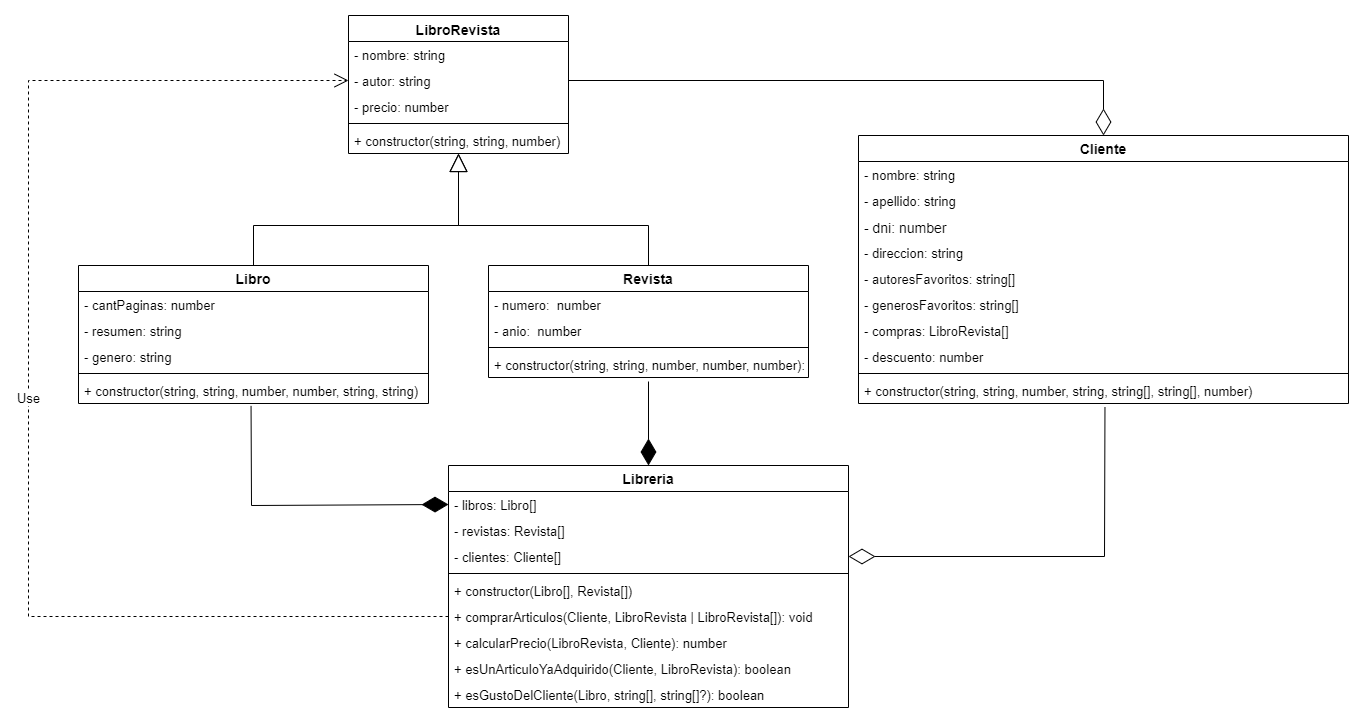
The draw.io diagram UML-Libreria.drawio.png in Javierquidulef01/Entregable-7, before a commit. Source tidied: cells renumbered, new cells last; positions are measured from the earlier drawing's top-left corner, leaving out a move shared by most shapes. The source it was exported from:
```xml
<mxGraphModel>
  <root>
    <mxCell id="0" />
    <mxCell id="1" parent="0" />
    <mxCell id="2" value="Cliente" style="swimlane;fontStyle=1;horizontal=1;startSize=26;fillColor=none;fontSize=14;verticalAlign=middle;" parent="1" vertex="1">
      <mxGeometry x="830" y="120" width="490" height="268" as="geometry" />
    </mxCell>
    <mxCell id="3" value="- nombre: string" style="text;strokeColor=none;fillColor=none;align=left;verticalAlign=top;spacingLeft=4;spacingRight=4;overflow=hidden;fontSize=13;" parent="2" vertex="1">
      <mxGeometry y="26" width="490" height="26" as="geometry" />
    </mxCell>
    <mxCell id="4" value="- apellido: string" style="text;strokeColor=none;fillColor=none;align=left;verticalAlign=top;spacingLeft=4;spacingRight=4;overflow=hidden;fontSize=13;" parent="2" vertex="1">
      <mxGeometry y="52" width="490" height="26" as="geometry" />
    </mxCell>
    <mxCell id="5" value="- dni: number" style="text;strokeColor=none;fillColor=none;align=left;verticalAlign=top;spacingLeft=4;spacingRight=4;overflow=hidden;fontSize=14;" parent="2" vertex="1">
      <mxGeometry y="78" width="490" height="26" as="geometry" />
    </mxCell>
    <mxCell id="6" value="- direccion: string" style="text;strokeColor=none;fillColor=none;align=left;verticalAlign=top;spacingLeft=4;spacingRight=4;overflow=hidden;fontSize=13;" parent="2" vertex="1">
      <mxGeometry y="104" width="490" height="26" as="geometry" />
    </mxCell>
    <mxCell id="7" value="- autoresFavoritos: string[]" style="text;strokeColor=none;fillColor=none;align=left;verticalAlign=top;spacingLeft=4;spacingRight=4;overflow=hidden;fontSize=13;" parent="2" vertex="1">
      <mxGeometry y="130" width="490" height="26" as="geometry" />
    </mxCell>
    <mxCell id="8" value="- generosFavoritos: string[]" style="text;strokeColor=none;fillColor=none;align=left;verticalAlign=top;spacingLeft=4;spacingRight=4;overflow=hidden;fontSize=13;" parent="2" vertex="1">
      <mxGeometry y="156" width="490" height="26" as="geometry" />
    </mxCell>
    <mxCell id="9" value="- compras: LibroRevista[]" style="text;strokeColor=none;fillColor=none;align=left;verticalAlign=top;spacingLeft=4;spacingRight=4;overflow=hidden;fontSize=13;" parent="2" vertex="1">
      <mxGeometry y="182" width="490" height="26" as="geometry" />
    </mxCell>
    <mxCell id="10" value="- descuento: number" style="text;strokeColor=none;fillColor=none;align=left;verticalAlign=top;spacingLeft=4;spacingRight=4;overflow=hidden;fontSize=13;" parent="2" vertex="1">
      <mxGeometry y="208" width="490" height="26" as="geometry" />
    </mxCell>
    <mxCell id="11" style="line;strokeWidth=1;fillColor=none;align=left;verticalAlign=middle;spacingTop=-1;spacingLeft=3;spacingRight=3;labelPosition=right;strokeColor=inherit;" parent="2" vertex="1">
      <mxGeometry y="234" width="490" height="8" as="geometry" />
    </mxCell>
    <mxCell id="12" value="+ constructor(string, string, number, string, string[], string[], number)" style="text;strokeColor=none;fillColor=none;align=left;verticalAlign=top;spacingLeft=4;spacingRight=4;overflow=hidden;points=[[0,0.5],[1,0.5]];portConstraint=eastwest;fontSize=13;" parent="2" vertex="1">
      <mxGeometry y="242" width="490" height="26" as="geometry" />
    </mxCell>
    <mxCell id="13" value="LibroRevista" style="swimlane;fontStyle=1;align=center;verticalAlign=top;horizontal=1;startSize=26;fontSize=14;" parent="1" vertex="1">
      <mxGeometry x="320" width="220" height="138" as="geometry" />
    </mxCell>
    <mxCell id="14" value="- nombre: string" style="text;strokeColor=none;fillColor=none;align=left;verticalAlign=top;spacingLeft=4;spacingRight=4;overflow=hidden;fontSize=13;" parent="13" vertex="1">
      <mxGeometry y="26" width="220" height="26" as="geometry" />
    </mxCell>
    <mxCell id="15" value="- autor: string" style="text;strokeColor=none;fillColor=none;align=left;verticalAlign=top;spacingLeft=4;spacingRight=4;overflow=hidden;points=[[0,0.5],[1,0.5]];portConstraint=eastwest;fontSize=13;" parent="13" vertex="1">
      <mxGeometry y="52" width="220" height="26" as="geometry" />
    </mxCell>
    <mxCell id="16" value="- precio: number" style="text;strokeColor=none;fillColor=none;align=left;verticalAlign=top;spacingLeft=4;spacingRight=4;overflow=hidden;fontSize=13;" parent="13" vertex="1">
      <mxGeometry y="78" width="220" height="26" as="geometry" />
    </mxCell>
    <mxCell id="17" style="line;strokeWidth=1;fillColor=none;align=left;verticalAlign=middle;spacingTop=-1;spacingLeft=3;spacingRight=3;labelPosition=right;strokeColor=inherit;" parent="13" vertex="1">
      <mxGeometry y="104" width="220" height="8" as="geometry" />
    </mxCell>
    <mxCell id="18" value="+ constructor(string, string, number)" style="text;strokeColor=none;fillColor=none;align=left;verticalAlign=top;spacingLeft=4;spacingRight=4;overflow=hidden;points=[[0,0.5],[1,0.5]];portConstraint=eastwest;fontSize=13;" parent="13" vertex="1">
      <mxGeometry y="112" width="220" height="26" as="geometry" />
    </mxCell>
    <mxCell id="19" value="Revista" style="swimlane;fontStyle=1;align=center;verticalAlign=middle;horizontal=1;startSize=26;fontFamily=Helvetica;fontSize=14;fontColor=default;fillColor=none;gradientColor=none;" parent="1" vertex="1">
      <mxGeometry x="460" y="250" width="320" height="112" as="geometry" />
    </mxCell>
    <mxCell id="20" value="- numero:  number" style="text;strokeColor=none;fillColor=none;align=left;verticalAlign=top;spacingLeft=4;spacingRight=4;overflow=hidden;fontFamily=Helvetica;fontSize=13;fontColor=default;" parent="19" vertex="1">
      <mxGeometry y="26" width="320" height="26" as="geometry" />
    </mxCell>
    <mxCell id="21" value="- anio:  number" style="text;strokeColor=none;fillColor=none;align=left;verticalAlign=top;spacingLeft=4;spacingRight=4;overflow=hidden;fontFamily=Helvetica;fontSize=13;fontColor=default;" parent="19" vertex="1">
      <mxGeometry y="52" width="320" height="26" as="geometry" />
    </mxCell>
    <mxCell id="22" style="line;strokeWidth=1;fillColor=none;align=left;verticalAlign=middle;spacingTop=-1;spacingLeft=3;spacingRight=3;labelPosition=right;strokeColor=inherit;fontFamily=Helvetica;fontSize=12;fontColor=default;" parent="19" vertex="1">
      <mxGeometry y="78" width="320" height="8" as="geometry" />
    </mxCell>
    <mxCell id="23" value="+ constructor(string, string, number, number, number):" style="text;strokeColor=none;fillColor=none;align=left;verticalAlign=top;spacingLeft=4;spacingRight=4;overflow=hidden;points=[[0,0.5],[1,0.5]];portConstraint=eastwest;fontFamily=Helvetica;fontSize=13;fontColor=default;" parent="19" vertex="1">
      <mxGeometry y="86" width="320" height="26" as="geometry" />
    </mxCell>
    <mxCell id="24" value="Libro" style="swimlane;fontStyle=1;align=center;verticalAlign=middle;horizontal=1;startSize=26;fontSize=14;" parent="1" vertex="1">
      <mxGeometry x="50" y="250" width="350" height="138" as="geometry" />
    </mxCell>
    <mxCell id="25" value="- cantPaginas: number" style="text;strokeColor=none;fillColor=none;align=left;verticalAlign=top;spacingLeft=4;spacingRight=4;overflow=hidden;fontSize=13;" parent="24" vertex="1">
      <mxGeometry y="26" width="350" height="26" as="geometry" />
    </mxCell>
    <mxCell id="26" value="- resumen: string" style="text;strokeColor=none;fillColor=none;align=left;verticalAlign=top;spacingLeft=4;spacingRight=4;overflow=hidden;fontSize=13;" parent="24" vertex="1">
      <mxGeometry y="52" width="350" height="26" as="geometry" />
    </mxCell>
    <mxCell id="27" value="- genero: string" style="text;strokeColor=none;fillColor=none;align=left;verticalAlign=top;spacingLeft=4;spacingRight=4;overflow=hidden;fontSize=13;" parent="24" vertex="1">
      <mxGeometry y="78" width="350" height="26" as="geometry" />
    </mxCell>
    <mxCell id="28" style="line;strokeWidth=1;fillColor=none;align=left;verticalAlign=middle;spacingTop=-1;spacingLeft=3;spacingRight=3;labelPosition=right;strokeColor=inherit;" parent="24" vertex="1">
      <mxGeometry y="104" width="350" height="8" as="geometry" />
    </mxCell>
    <mxCell id="29" value="+ constructor(string, string, number, number, string, string)" style="text;strokeColor=none;fillColor=none;align=left;verticalAlign=top;spacingLeft=4;spacingRight=4;overflow=hidden;points=[[0,0.5],[1,0.5]];portConstraint=eastwest;fontSize=13;" parent="24" vertex="1">
      <mxGeometry y="112" width="350" height="26" as="geometry" />
    </mxCell>
    <mxCell id="30" style="endArrow=block;endSize=16;endFill=0;html=1;rounded=0;fontFamily=Helvetica;fontSize=12;fontColor=default;exitX=0.5;exitY=0;exitDx=0;exitDy=0;" parent="1" edge="1" source="24" target="18">
      <mxGeometry x="1" y="-298" relative="1" as="geometry">
        <Array as="points">
          <mxPoint x="225" y="210" />
          <mxPoint x="430" y="210" />
        </Array>
        <mxPoint x="-8" y="-67" as="offset" />
      </mxGeometry>
    </mxCell>
    <mxCell id="31" style="endArrow=block;endSize=16;endFill=0;html=1;rounded=0;fontFamily=Helvetica;fontSize=12;fontColor=default;exitX=0.5;exitY=0;exitDx=0;exitDy=0;entryX=0.5;entryY=1;entryDx=0;entryDy=0;" parent="1" edge="1" source="19" target="13">
      <mxGeometry x="-0.78" y="-149" relative="1" as="geometry">
        <Array as="points">
          <mxPoint x="620" y="210" />
          <mxPoint x="430" y="210" />
        </Array>
        <mxPoint x="50" y="9" as="offset" />
      </mxGeometry>
    </mxCell>
    <mxCell id="32" value="Libreria" style="swimlane;fontStyle=1;align=center;verticalAlign=middle;horizontal=1;startSize=26;fontFamily=Helvetica;fontSize=14;fontColor=default;fillColor=none;gradientColor=none;" parent="1" vertex="1">
      <mxGeometry x="420" y="450" width="400" height="242" as="geometry" />
    </mxCell>
    <mxCell id="33" value="- libros: Libro[]" style="text;strokeColor=none;fillColor=none;align=left;verticalAlign=top;spacingLeft=4;spacingRight=4;overflow=hidden;points=[[0,0.5],[1,0.5]];portConstraint=eastwest;fontFamily=Helvetica;fontSize=13;fontColor=default;" parent="32" vertex="1">
      <mxGeometry y="26" width="400" height="26" as="geometry" />
    </mxCell>
    <mxCell id="34" value="- revistas: Revista[]" style="text;strokeColor=none;fillColor=none;align=left;verticalAlign=top;spacingLeft=4;spacingRight=4;overflow=hidden;fontFamily=Helvetica;fontSize=13;fontColor=default;" parent="32" vertex="1">
      <mxGeometry y="52" width="400" height="26" as="geometry" />
    </mxCell>
    <mxCell id="35" value="- clientes: Cliente[]" style="text;strokeColor=none;fillColor=none;align=left;verticalAlign=top;spacingLeft=4;spacingRight=4;overflow=hidden;points=[[0,0.5],[1,0.5]];portConstraint=eastwest;fontFamily=Helvetica;fontSize=13;fontColor=default;" parent="32" vertex="1">
      <mxGeometry y="78" width="400" height="26" as="geometry" />
    </mxCell>
    <mxCell id="36" style="line;strokeWidth=1;fillColor=none;align=left;verticalAlign=middle;spacingTop=-1;spacingLeft=3;spacingRight=3;labelPosition=right;strokeColor=inherit;fontFamily=Helvetica;fontSize=12;fontColor=default;" parent="32" vertex="1">
      <mxGeometry y="104" width="400" height="8" as="geometry" />
    </mxCell>
    <mxCell id="37" value="+ constructor(Libro[], Revista[])" style="text;strokeColor=none;fillColor=none;align=left;verticalAlign=top;spacingLeft=4;spacingRight=4;overflow=hidden;fontFamily=Helvetica;fontSize=13;fontColor=default;" parent="32" vertex="1">
      <mxGeometry y="112" width="400" height="26" as="geometry" />
    </mxCell>
    <mxCell id="38" value="+ comprarArticulos(Cliente, LibroRevista | LibroRevista[]): void" style="text;strokeColor=none;fillColor=none;align=left;verticalAlign=top;spacingLeft=4;spacingRight=4;overflow=hidden;points=[[0,0.5],[1,0.5]];portConstraint=eastwest;fontFamily=Helvetica;fontSize=13;fontColor=default;" parent="32" vertex="1">
      <mxGeometry y="138" width="400" height="26" as="geometry" />
    </mxCell>
    <mxCell id="39" value="+ calcularPrecio(LibroRevista, Cliente): number" style="text;strokeColor=none;fillColor=none;align=left;verticalAlign=top;spacingLeft=4;spacingRight=4;overflow=hidden;fontFamily=Helvetica;fontSize=13;fontColor=default;fontStyle=0;" parent="32" vertex="1">
      <mxGeometry y="164" width="400" height="26" as="geometry" />
    </mxCell>
    <mxCell id="40" value="+ esUnArticuloYaAdquirido(Cliente, LibroRevista): boolean" style="text;strokeColor=none;fillColor=none;align=left;verticalAlign=top;spacingLeft=4;spacingRight=4;overflow=hidden;fontFamily=Helvetica;fontSize=13;fontColor=default;" parent="32" vertex="1">
      <mxGeometry y="190" width="400" height="26" as="geometry" />
    </mxCell>
    <mxCell id="41" value="+ esGustoDelCliente(Libro, string[], string[]?): boolean" style="text;strokeColor=none;fillColor=none;align=left;verticalAlign=top;spacingLeft=4;spacingRight=4;overflow=hidden;fontFamily=Helvetica;fontSize=13;fontColor=default;" parent="32" vertex="1">
      <mxGeometry y="216" width="400" height="26" as="geometry" />
    </mxCell>
    <mxCell id="42" style="endArrow=diamondThin;endFill=0;endSize=24;html=1;rounded=0;shadow=0;fontFamily=Helvetica;fontSize=12;fontColor=default;exitX=1;exitY=0.5;exitDx=0;exitDy=0;entryX=0.5;entryY=0;entryDx=0;entryDy=0;" parent="1" edge="1" source="15" target="2">
      <mxGeometry relative="1" as="geometry">
        <Array as="points">
          <mxPoint x="1075" y="65" />
        </Array>
      </mxGeometry>
    </mxCell>
    <mxCell id="43" style="endArrow=diamondThin;endFill=0;endSize=24;html=1;rounded=0;shadow=0;fontFamily=Helvetica;fontSize=12;fontColor=default;entryX=1;entryY=0.5;entryDx=0;entryDy=0;exitX=0.503;exitY=1.141;exitDx=0;exitDy=0;exitPerimeter=0;" parent="1" edge="1" source="12" target="35">
      <mxGeometry relative="1" as="geometry">
        <Array as="points">
          <mxPoint x="1076" y="541" />
        </Array>
      </mxGeometry>
    </mxCell>
    <mxCell id="44" style="edgeStyle=none;rounded=0;orthogonalLoop=1;jettySize=auto;html=1;exitX=0.75;exitY=0;exitDx=0;exitDy=0;shadow=0;fontFamily=Helvetica;fontSize=12;fontColor=default;" parent="1" edge="1" source="32" target="32">
      <mxGeometry relative="1" as="geometry" />
    </mxCell>
    <mxCell id="45" style="endArrow=diamondThin;endFill=1;endSize=24;html=1;rounded=0;shadow=0;fontFamily=Helvetica;fontSize=12;fontColor=default;entryX=0;entryY=0.5;entryDx=0;entryDy=0;exitX=0.493;exitY=1.093;exitDx=0;exitDy=0;exitPerimeter=0;" parent="1" edge="1" source="29" target="33">
      <mxGeometry relative="1" as="geometry">
        <Array as="points">
          <mxPoint x="223" y="490" />
        </Array>
      </mxGeometry>
    </mxCell>
    <mxCell id="46" style="endArrow=diamondThin;endFill=1;endSize=24;html=1;rounded=0;shadow=0;fontFamily=Helvetica;fontSize=12;fontColor=default;exitX=0.5;exitY=1.154;exitDx=0;exitDy=0;exitPerimeter=0;entryX=0.5;entryY=0;entryDx=0;entryDy=0;" parent="1" edge="1" source="23" target="32">
      <mxGeometry relative="1" as="geometry" />
    </mxCell>
    <mxCell id="47" value="Use" style="endArrow=open;endSize=12;dashed=1;html=1;rounded=0;fontSize=13;exitX=0;exitY=0.5;exitDx=0;exitDy=0;entryX=0;entryY=0.5;entryDx=0;entryDy=0;" parent="1" edge="1" source="38" target="15">
      <mxGeometry relative="1" as="geometry">
        <Array as="points">
          <mxPoint y="601" />
          <mxPoint y="65" />
        </Array>
      </mxGeometry>
    </mxCell>
  </root>
</mxGraphModel>
```
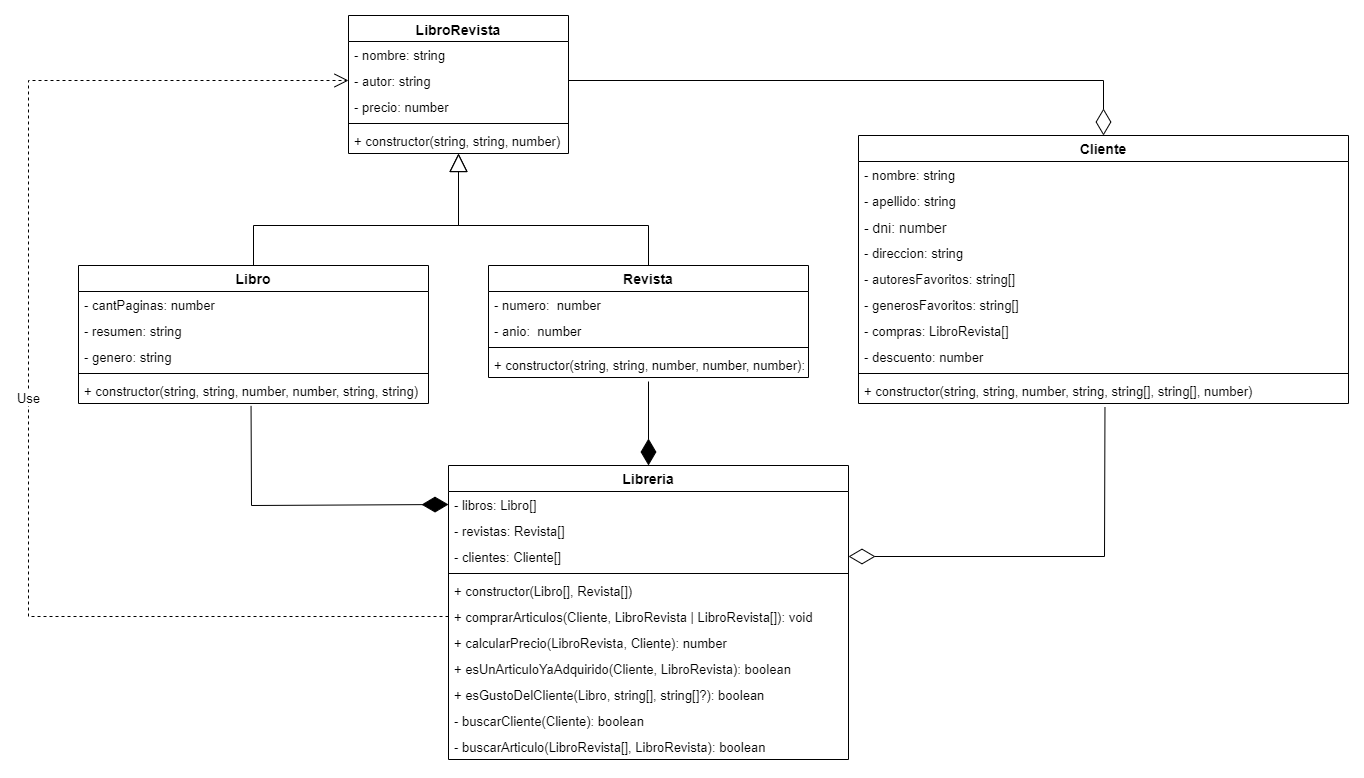
The same diagram one commit later.

Commit message:
actualizacion UML

Diff of the diagram source:
```diff
@@ -105,7 +105,7 @@
       </mxGeometry>
     </mxCell>
     <mxCell id="32" value="Libreria" style="swimlane;fontStyle=1;align=center;verticalAlign=middle;horizontal=1;startSize=26;fontFamily=Helvetica;fontSize=14;fontColor=default;fillColor=none;gradientColor=none;" parent="1" vertex="1">
-      <mxGeometry x="420" y="450" width="400" height="242" as="geometry" />
+      <mxGeometry x="420" y="450" width="400" height="294" as="geometry" />
     </mxCell>
     <mxCell id="33" value="- libros: Libro[]" style="text;strokeColor=none;fillColor=none;align=left;verticalAlign=top;spacingLeft=4;spacingRight=4;overflow=hidden;points=[[0,0.5],[1,0.5]];portConstraint=eastwest;fontFamily=Helvetica;fontSize=13;fontColor=default;" parent="32" vertex="1">
       <mxGeometry y="26" width="400" height="26" as="geometry" />
@@ -134,6 +134,12 @@
     <mxCell id="41" value="+ esGustoDelCliente(Libro, string[], string[]?): boolean" style="text;strokeColor=none;fillColor=none;align=left;verticalAlign=top;spacingLeft=4;spacingRight=4;overflow=hidden;fontFamily=Helvetica;fontSize=13;fontColor=default;" parent="32" vertex="1">
       <mxGeometry y="216" width="400" height="26" as="geometry" />
     </mxCell>
+    <mxCell id="48" value="- buscarCliente(Cliente): boolean" style="text;strokeColor=none;fillColor=none;align=left;verticalAlign=top;spacingLeft=4;spacingRight=4;overflow=hidden;fontFamily=Helvetica;fontSize=13;fontColor=default;" parent="32" vertex="1">
+      <mxGeometry y="242" width="400" height="26" as="geometry" />
+    </mxCell>
+    <mxCell id="49" value="- buscarArticulo(LibroRevista[], LibroRevista): boolean" style="text;strokeColor=none;fillColor=none;align=left;verticalAlign=top;spacingLeft=4;spacingRight=4;overflow=hidden;fontFamily=Helvetica;fontSize=13;fontColor=default;" parent="32" vertex="1">
+      <mxGeometry y="268" width="400" height="26" as="geometry" />
+    </mxCell>
     <mxCell id="42" style="endArrow=diamondThin;endFill=0;endSize=24;html=1;rounded=0;shadow=0;fontFamily=Helvetica;fontSize=12;fontColor=default;exitX=1;exitY=0.5;exitDx=0;exitDy=0;entryX=0.5;entryY=0;entryDx=0;entryDy=0;" parent="1" edge="1" source="15" target="2">
       <mxGeometry relative="1" as="geometry">
         <Array as="points">
```
